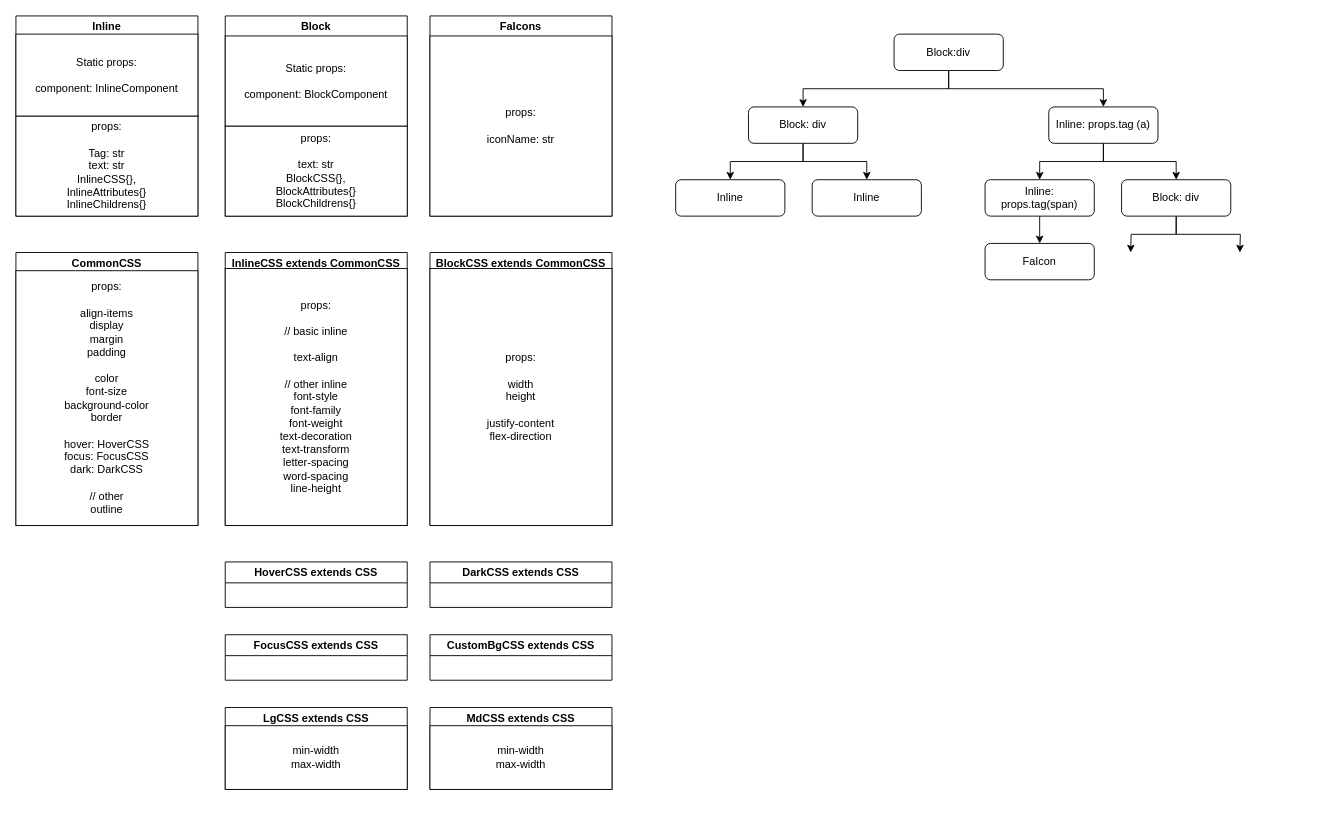
dianamatkava/next.js-sanity-construction keeps this draw.io diagram as Untitled Diagram.drawio. Above is the earlier version. Source tidied: cells renumbered, new cells numbered last; positions are measured from the earlier drawing's top-left corner, leaving out a move shared by most shapes. Both pictures are drawn from the tidied source at 91%, with x=0, y=0 at pixel (15, 15).
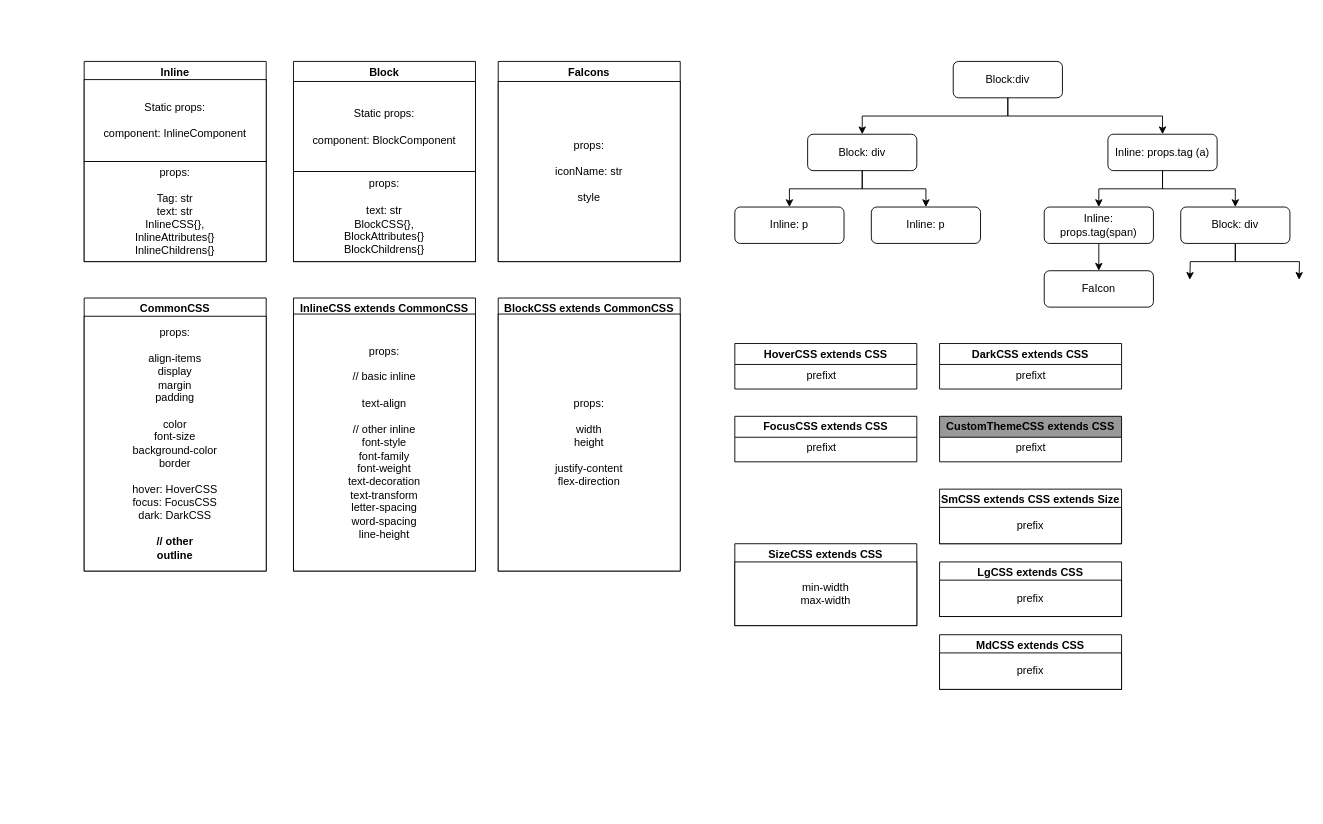
Above is the later version.

Unchanged cells that the change refers to:
```xml
<mxCell id="11" value="FaIcons" style="swimlane;whiteSpace=wrap;html=1;" parent="10" vertex="1">
  <mxGeometry width="200" height="220" as="geometry" />
</mxCell>
<mxCell id="24" value="DarkCSS extends CSS" style="swimlane;whiteSpace=wrap;html=1;" parent="23" vertex="1">
  <mxGeometry width="200" height="50" as="geometry" />
</mxCell>
```

Diff of the diagram source:
```diff
@@
+    <mxCell id="18" style="group;" parent="1" vertex="1">
+      <mxGeometry x="235" y="380" width="1165" height="350" as="geometry" />
+    </mxCell>
-    <mxCell id="2" style="group;" parent="1" vertex="1">
-      <mxGeometry width="200" height="220" as="geometry" />
+    <mxCell id="2" style="group;" parent="18" vertex="1">
+      <mxGeometry x="-160" y="-330" width="200" height="220" as="geometry" />
     </mxCell>
@@
-    <mxCell id="6" style="group;" parent="1" vertex="1">
-      <mxGeometry x="230" width="200" height="220" as="geometry" />
+    <mxCell id="6" style="group;" parent="18" vertex="1">
+      <mxGeometry x="70" y="-330" width="200" height="220" as="geometry" />
     </mxCell>
@@
-    <mxCell id="10" style="group;" parent="1" vertex="1">
-      <mxGeometry x="455" width="200" height="220" as="geometry" />
+    <mxCell id="10" style="group;" parent="18" vertex="1">
+      <mxGeometry x="295" y="-330" width="200" height="220" as="geometry" />
     </mxCell>
@@
-    <mxCell id="12" value="props:&lt;br&gt;&lt;br&gt;iconName: str" style="whiteSpace=wrap;html=1;" parent="11" vertex="1">
+    <mxCell id="12" value="props:&lt;br&gt;&lt;br&gt;iconName: str&lt;br&gt;&lt;br&gt;style" style="whiteSpace=wrap;html=1;" parent="11" vertex="1">
       <mxGeometry y="22" width="200" height="198" as="geometry" />
     </mxCell>
-    <mxCell id="13" style="group;" parent="1" vertex="1">
-      <mxGeometry x="230" y="260" width="200" height="300" as="geometry" />
+    <mxCell id="13" style="group;" parent="18" vertex="1">
+      <mxGeometry x="70" y="-70" width="200" height="300" as="geometry" />
     </mxCell>
@@
-    <mxCell id="16" style="group;" parent="1" vertex="1">
-      <mxGeometry x="235" y="600" width="200" height="270" as="geometry" />
+    <mxCell id="16" style="group;" parent="18" vertex="1">
+      <mxGeometry x="560" y="-20" width="200" height="270" as="geometry" />
     </mxCell>
@@
-    <mxCell id="18" style="group;" parent="1" vertex="1">
-      <mxGeometry x="235" y="380" width="200" height="350" as="geometry" />
-    </mxCell>
-    <mxCell id="19" value="FocusCSS extends CSS" style="swimlane;whiteSpace=wrap;html=1;" parent="18" vertex="1">
-      <mxGeometry x="-5" y="300" width="200" height="50" as="geometry" />
-    </mxCell>
-    <mxCell id="20" style="group;" parent="19" vertex="1">
-      <mxGeometry y="-250" width="200" height="270" as="geometry" />
+    <mxCell id="20" style="group;" parent="16" vertex="1">
+      <mxGeometry x="-5" y="-110" width="200" height="270" as="geometry" />
     </mxCell>
-    <mxCell id="21" value="LgCSS extends CSS" style="swimlane;whiteSpace=wrap;html=1;" parent="20" vertex="1">
+    <mxCell id="21" value="SizeCSS extends CSS" style="swimlane;whiteSpace=wrap;html=1;" parent="20" vertex="1">
       <mxGeometry y="330" width="200" height="90" as="geometry" />
     </mxCell>
@@
+    <mxCell id="51" value="prefixt" style="text;html=1;align=center;verticalAlign=middle;strokeColor=none;fillColor=none;" parent="20" vertex="1">
+      <mxGeometry x="65" y="130" width="60" height="30" as="geometry" />
+    </mxCell>
+    <mxCell id="52" value="prefixt" style="text;html=1;align=center;verticalAlign=middle;strokeColor=none;fillColor=none;" parent="20" vertex="1">
+      <mxGeometry x="65" y="210" width="60" height="30" as="geometry" />
+    </mxCell>
+    <mxCell id="19" value="FocusCSS extends CSS" style="swimlane;whiteSpace=wrap;html=1;" parent="18" vertex="1">
+      <mxGeometry x="555" y="60" width="200" height="50" as="geometry" />
+    </mxCell>
-    <mxCell id="23" style="group;" parent="1" vertex="1">
-      <mxGeometry x="455" y="600" width="200" height="250" as="geometry" />
+    <mxCell id="23" style="group;" parent="18" vertex="1">
+      <mxGeometry x="780" y="-20" width="200" height="300" as="geometry" />
     </mxCell>
@@
+    <mxCell id="53" value="prefixt" style="text;html=1;align=center;verticalAlign=middle;strokeColor=none;fillColor=none;" parent="24" vertex="1">
+      <mxGeometry x="70" y="20" width="60" height="30" as="geometry" />
+    </mxCell>
     <mxCell id="25" style="group;" parent="23" vertex="1">
-      <mxGeometry y="80" width="200" height="170" as="geometry" />
+      <mxGeometry y="80" width="200" height="220" as="geometry" />
     </mxCell>
-    <mxCell id="26" value="CustomBgCSS extends CSS" style="swimlane;whiteSpace=wrap;html=1;" parent="25" vertex="1">
+    <mxCell id="26" value="CustomThemeCSS extends CSS" style="swimlane;whiteSpace=wrap;html=1;fillColor=#999999;" parent="25" vertex="1">
       <mxGeometry width="200" height="50" as="geometry" />
     </mxCell>
+    <mxCell id="54" value="prefixt" style="text;html=1;align=center;verticalAlign=middle;strokeColor=none;fillColor=none;" parent="26" vertex="1">
+      <mxGeometry x="70" y="20" width="60" height="30" as="geometry" />
+    </mxCell>
-    <mxCell id="27" value="MdCSS extends CSS" style="swimlane;whiteSpace=wrap;html=1;" parent="25" vertex="1">
-      <mxGeometry y="80" width="200" height="90" as="geometry" />
+    <mxCell id="27" value="SmCSS extends CSS extends Size" style="swimlane;whiteSpace=wrap;html=1;" parent="25" vertex="1">
+      <mxGeometry y="80" width="200" height="60" as="geometry" />
     </mxCell>
-    <mxCell id="28" value="min-width&lt;br&gt;max-width" style="whiteSpace=wrap;html=1;" parent="27" vertex="1">
-      <mxGeometry y="20" width="200" height="70" as="geometry" />
+    <mxCell id="28" value="prefix" style="whiteSpace=wrap;html=1;" parent="27" vertex="1">
+      <mxGeometry y="20" width="200" height="40" as="geometry" />
     </mxCell>
+    <mxCell id="55" value="LgCSS extends CSS" style="swimlane;whiteSpace=wrap;html=1;" parent="25" vertex="1">
+      <mxGeometry y="160" width="200" height="60" as="geometry" />
+    </mxCell>
+    <mxCell id="56" value="prefix" style="whiteSpace=wrap;html=1;" parent="55" vertex="1">
+      <mxGeometry y="20" width="200" height="40" as="geometry" />
+    </mxCell>
-    <mxCell id="29" value="CommonCSS" style="swimlane;whiteSpace=wrap;html=1;" parent="1" vertex="1">
-      <mxGeometry y="260" width="200" height="300" as="geometry" />
+    <mxCell id="29" value="CommonCSS" style="swimlane;whiteSpace=wrap;html=1;" parent="18" vertex="1">
+      <mxGeometry x="-160" y="-70" width="200" height="300" as="geometry" />
     </mxCell>
-    <mxCell id="30" value="props:&lt;br&gt;&lt;br&gt;align-items&lt;br&gt;display&lt;br&gt;margin&lt;br&gt;padding&lt;br&gt;&lt;br&gt;color&lt;br style=&quot;border-color: var(--border-color);&quot;&gt;font-size&lt;br&gt;background-color&lt;br&gt;border&lt;br&gt;&lt;br&gt;hover: HoverCSS&lt;br&gt;focus: FocusCSS&lt;br&gt;dark: DarkCSS&lt;br&gt;&lt;br&gt;// other&lt;br&gt;outline" style="whiteSpace=wrap;html=1;" parent="29" vertex="1">
+    <mxCell id="30" value="props:&lt;br&gt;&lt;br&gt;align-items&lt;br&gt;display&lt;br&gt;margin&lt;br&gt;padding&lt;br&gt;&lt;br&gt;color&lt;br style=&quot;border-color: var(--border-color);&quot;&gt;font-size&lt;br&gt;background-color&lt;br&gt;border&lt;br&gt;&lt;br&gt;hover: HoverCSS&lt;br&gt;focus: FocusCSS&lt;br&gt;dark: DarkCSS&lt;br&gt;&lt;br&gt;&lt;b&gt;// other&lt;br&gt;outline&lt;/b&gt;" style="whiteSpace=wrap;html=1;" parent="29" vertex="1">
       <mxGeometry y="20" width="200" height="280" as="geometry" />
     </mxCell>
-    <mxCell id="31" style="group;" parent="1" vertex="1">
-      <mxGeometry x="455" y="260" width="200" height="300" as="geometry" />
+    <mxCell id="31" style="group;" parent="18" vertex="1">
+      <mxGeometry x="295" y="-70" width="200" height="300" as="geometry" />
     </mxCell>
@@
+    <mxCell id="36" value="Block:div" style="rounded=1;whiteSpace=wrap;html=1;" parent="18" vertex="1">
+      <mxGeometry x="795" y="-330" width="120" height="40" as="geometry" />
+    </mxCell>
+    <mxCell id="39" value="Block: div" style="rounded=1;whiteSpace=wrap;html=1;" parent="18" vertex="1">
+      <mxGeometry x="635" y="-250" width="120" height="40" as="geometry" />
+    </mxCell>
-    <mxCell id="34" style="edgeStyle=orthogonalEdgeStyle;rounded=0;jettySize=auto;html=1;" parent="1" edge="1" source="36" target="39">
+    <mxCell id="34" style="edgeStyle=orthogonalEdgeStyle;rounded=0;jettySize=auto;html=1;" parent="18" edge="1" source="36" target="39">
       <mxGeometry relative="1" as="geometry">
         <Array as="points">
-          <mxPoint x="1025" y="80" />
-          <mxPoint x="865" y="80" />
+          <mxPoint x="855" y="-270" />
+          <mxPoint x="695" y="-270" />
         </Array>
       </mxGeometry>
     </mxCell>
+    <mxCell id="42" value="Inline: props.tag (a)" style="rounded=1;whiteSpace=wrap;html=1;" parent="18" vertex="1">
+      <mxGeometry x="965" y="-250" width="120" height="40" as="geometry" />
+    </mxCell>
-    <mxCell id="35" style="edgeStyle=orthogonalEdgeStyle;rounded=0;jettySize=auto;html=1;exitX=0.5;exitY=1;exitDx=0;exitDy=0;entryX=0.5;entryY=0;entryDx=0;entryDy=0;" parent="1" edge="1" source="36" target="42">
+    <mxCell id="35" style="edgeStyle=orthogonalEdgeStyle;rounded=0;jettySize=auto;html=1;exitX=0.5;exitY=1;exitDx=0;exitDy=0;entryX=0.5;entryY=0;entryDx=0;entryDy=0;" parent="18" edge="1" source="36" target="42">
       <mxGeometry relative="1" as="geometry" />
     </mxCell>
-    <mxCell id="36" value="Block:div" style="rounded=1;whiteSpace=wrap;html=1;" parent="1" vertex="1">
-      <mxGeometry x="965" y="20" width="120" height="40" as="geometry" />
-    </mxCell>
+    <mxCell id="43" value="Inline: p" style="rounded=1;whiteSpace=wrap;html=1;" parent="18" vertex="1">
+      <mxGeometry x="555" y="-170" width="120" height="40" as="geometry" />
+    </mxCell>
-    <mxCell id="37" style="edgeStyle=orthogonalEdgeStyle;rounded=0;jettySize=auto;html=1;exitX=0.5;exitY=1;exitDx=0;exitDy=0;entryX=0.5;entryY=0;entryDx=0;entryDy=0;" parent="1" edge="1" source="39" target="43">
+    <mxCell id="37" style="edgeStyle=orthogonalEdgeStyle;rounded=0;jettySize=auto;html=1;exitX=0.5;exitY=1;exitDx=0;exitDy=0;entryX=0.5;entryY=0;entryDx=0;entryDy=0;" parent="18" edge="1" source="39" target="43">
       <mxGeometry relative="1" as="geometry" />
     </mxCell>
+    <mxCell id="44" value="Inline: p" style="rounded=1;whiteSpace=wrap;html=1;" parent="18" vertex="1">
+      <mxGeometry x="705" y="-170" width="120" height="40" as="geometry" />
+    </mxCell>
-    <mxCell id="38" style="edgeStyle=orthogonalEdgeStyle;rounded=0;jettySize=auto;html=1;exitX=0.5;exitY=1;exitDx=0;exitDy=0;entryX=0.5;entryY=0;entryDx=0;entryDy=0;" parent="1" edge="1" source="39" target="44">
+    <mxCell id="38" style="edgeStyle=orthogonalEdgeStyle;rounded=0;jettySize=auto;html=1;exitX=0.5;exitY=1;exitDx=0;exitDy=0;entryX=0.5;entryY=0;entryDx=0;entryDy=0;" parent="18" edge="1" source="39" target="44">
       <mxGeometry relative="1" as="geometry" />
     </mxCell>
-    <mxCell id="39" value="Block: div" style="rounded=1;whiteSpace=wrap;html=1;" parent="1" vertex="1">
-      <mxGeometry x="805" y="100" width="120" height="40" as="geometry" />
-    </mxCell>
+    <mxCell id="46" value="Inline: props.tag(span)" style="rounded=1;whiteSpace=wrap;html=1;" parent="18" vertex="1">
+      <mxGeometry x="895" y="-170" width="120" height="40" as="geometry" />
+    </mxCell>
-    <mxCell id="40" style="edgeStyle=orthogonalEdgeStyle;rounded=0;jettySize=auto;html=1;exitX=0.5;exitY=1;exitDx=0;exitDy=0;entryX=0.5;entryY=0;entryDx=0;entryDy=0;" parent="1" edge="1" source="42" target="46">
+    <mxCell id="40" style="edgeStyle=orthogonalEdgeStyle;rounded=0;jettySize=auto;html=1;exitX=0.5;exitY=1;exitDx=0;exitDy=0;entryX=0.5;entryY=0;entryDx=0;entryDy=0;" parent="18" edge="1" source="42" target="46">
       <mxGeometry relative="1" as="geometry" />
     </mxCell>
-    <mxCell id="41" style="edgeStyle=orthogonalEdgeStyle;rounded=0;jettySize=auto;html=1;exitX=0.5;exitY=1;exitDx=0;exitDy=0;entryX=0.5;entryY=0;entryDx=0;entryDy=0;" parent="1" edge="1" source="42" target="49">
-      <mxGeometry relative="1" as="geometry" />
-    </mxCell>
-    <mxCell id="42" value="Inline: props.tag (a)" style="rounded=1;whiteSpace=wrap;html=1;" parent="1" vertex="1">
-      <mxGeometry x="1135" y="100" width="120" height="40" as="geometry" />
-    </mxCell>
-    <mxCell id="43" value="Inline" style="rounded=1;whiteSpace=wrap;html=1;" parent="1" vertex="1">
-      <mxGeometry x="725" y="180" width="120" height="40" as="geometry" />
-    </mxCell>
-    <mxCell id="44" value="Inline" style="rounded=1;whiteSpace=wrap;html=1;" parent="1" vertex="1">
-      <mxGeometry x="875" y="180" width="120" height="40" as="geometry" />
-    </mxCell>
-    <mxCell id="45" style="edgeStyle=orthogonalEdgeStyle;rounded=0;jettySize=auto;html=1;exitX=0.5;exitY=1;exitDx=0;exitDy=0;entryX=0.5;entryY=0;entryDx=0;entryDy=0;" parent="1" edge="1" source="46" target="50">
-      <mxGeometry relative="1" as="geometry" />
-    </mxCell>
-    <mxCell id="46" value="Inline: props.tag(span)" style="rounded=1;whiteSpace=wrap;html=1;" parent="1" vertex="1">
-      <mxGeometry x="1065" y="180" width="120" height="40" as="geometry" />
-    </mxCell>
-    <mxCell id="47" style="edgeStyle=orthogonalEdgeStyle;rounded=0;jettySize=auto;html=1;exitX=0.5;exitY=1;exitDx=0;exitDy=0;" parent="1" edge="1" source="49">
+    <mxCell id="47" style="edgeStyle=orthogonalEdgeStyle;rounded=0;jettySize=auto;html=1;exitX=0.5;exitY=1;exitDx=0;exitDy=0;" parent="18" edge="1" source="49">
       <mxGeometry relative="1" as="geometry">
-        <mxPoint x="1345" y="260" as="targetPoint" />
+        <mxPoint x="1175" y="-90" as="targetPoint" />
       </mxGeometry>
     </mxCell>
-    <mxCell id="48" style="edgeStyle=orthogonalEdgeStyle;rounded=0;jettySize=auto;html=1;exitX=0.5;exitY=1;exitDx=0;exitDy=0;" parent="1" edge="1" source="49">
+    <mxCell id="48" style="edgeStyle=orthogonalEdgeStyle;rounded=0;jettySize=auto;html=1;exitX=0.5;exitY=1;exitDx=0;exitDy=0;" parent="18" edge="1" source="49">
       <mxGeometry relative="1" as="geometry">
-        <mxPoint x="1225" y="260" as="targetPoint" />
+        <mxPoint x="1055" y="-90" as="targetPoint" />
       </mxGeometry>
     </mxCell>
-    <mxCell id="49" value="Block: div" style="rounded=1;whiteSpace=wrap;html=1;" parent="1" vertex="1">
-      <mxGeometry x="1215" y="180" width="120" height="40" as="geometry" />
+    <mxCell id="49" value="Block: div" style="rounded=1;whiteSpace=wrap;html=1;" parent="18" vertex="1">
+      <mxGeometry x="1045" y="-170" width="120" height="40" as="geometry" />
     </mxCell>
+    <mxCell id="41" style="edgeStyle=orthogonalEdgeStyle;rounded=0;jettySize=auto;html=1;exitX=0.5;exitY=1;exitDx=0;exitDy=0;entryX=0.5;entryY=0;entryDx=0;entryDy=0;" parent="18" edge="1" source="42" target="49">
+      <mxGeometry relative="1" as="geometry" />
+    </mxCell>
-    <mxCell id="50" value="FaIcon" style="rounded=1;whiteSpace=wrap;html=1;" parent="1" vertex="1">
-      <mxGeometry x="1065" y="250" width="120" height="40" as="geometry" />
+    <mxCell id="50" value="FaIcon" style="rounded=1;whiteSpace=wrap;html=1;" parent="18" vertex="1">
+      <mxGeometry x="895" y="-100" width="120" height="40" as="geometry" />
     </mxCell>
+    <mxCell id="45" style="edgeStyle=orthogonalEdgeStyle;rounded=0;jettySize=auto;html=1;exitX=0.5;exitY=1;exitDx=0;exitDy=0;entryX=0.5;entryY=0;entryDx=0;entryDy=0;" parent="18" edge="1" source="46" target="50">
+      <mxGeometry relative="1" as="geometry" />
+    </mxCell>
+    <mxCell id="57" value="MdCSS extends CSS" style="swimlane;whiteSpace=wrap;html=1;" parent="18" vertex="1">
+      <mxGeometry x="780" y="300" width="200" height="60" as="geometry" />
+    </mxCell>
+    <mxCell id="58" value="prefix" style="whiteSpace=wrap;html=1;" parent="57" vertex="1">
+      <mxGeometry y="20" width="200" height="40" as="geometry" />
+    </mxCell>
```
